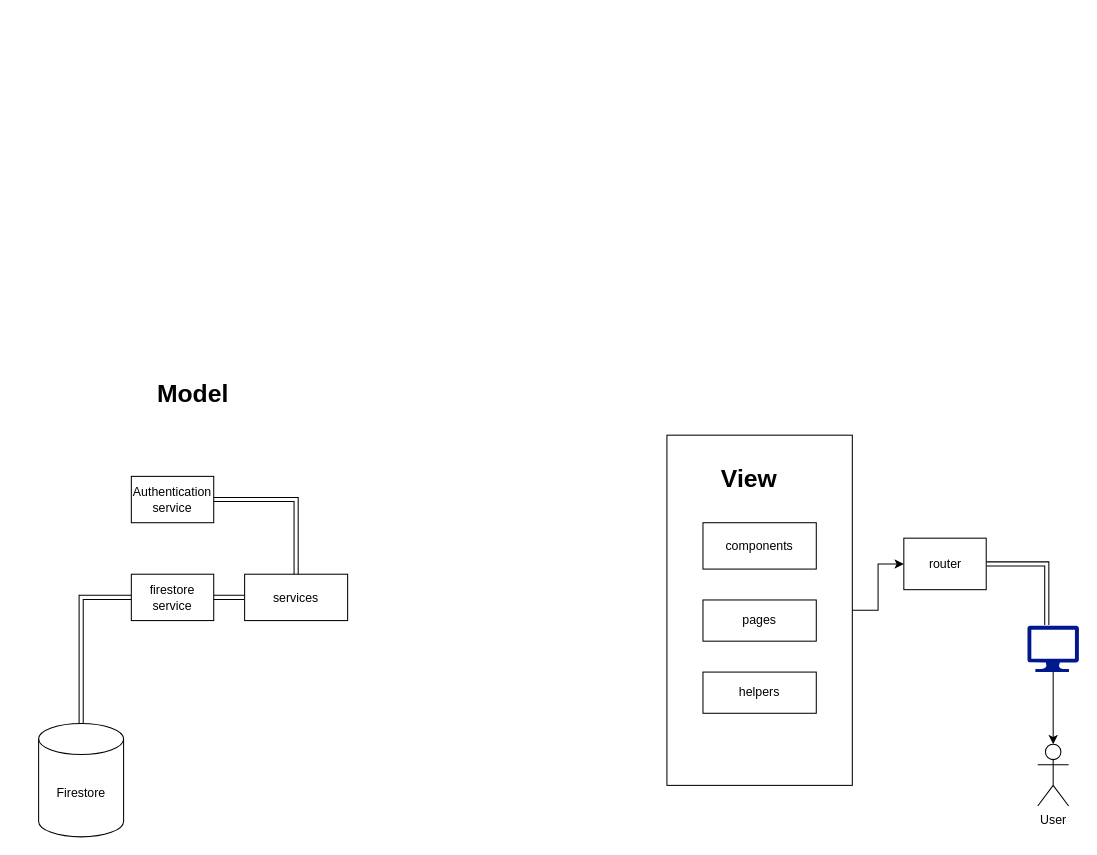
The draw.io diagram docs/architecture/Untitled Diagram.drawio in franchetteSymph/see-the-code, before the edit. Source tidied: cells renumbered, new cells numbered last; positions are measured from the earlier drawing's top-left corner, leaving out a move shared by most shapes. Both pictures are drawn from the tidied source at 103%, with x=0, y=0 at pixel (38, 383).
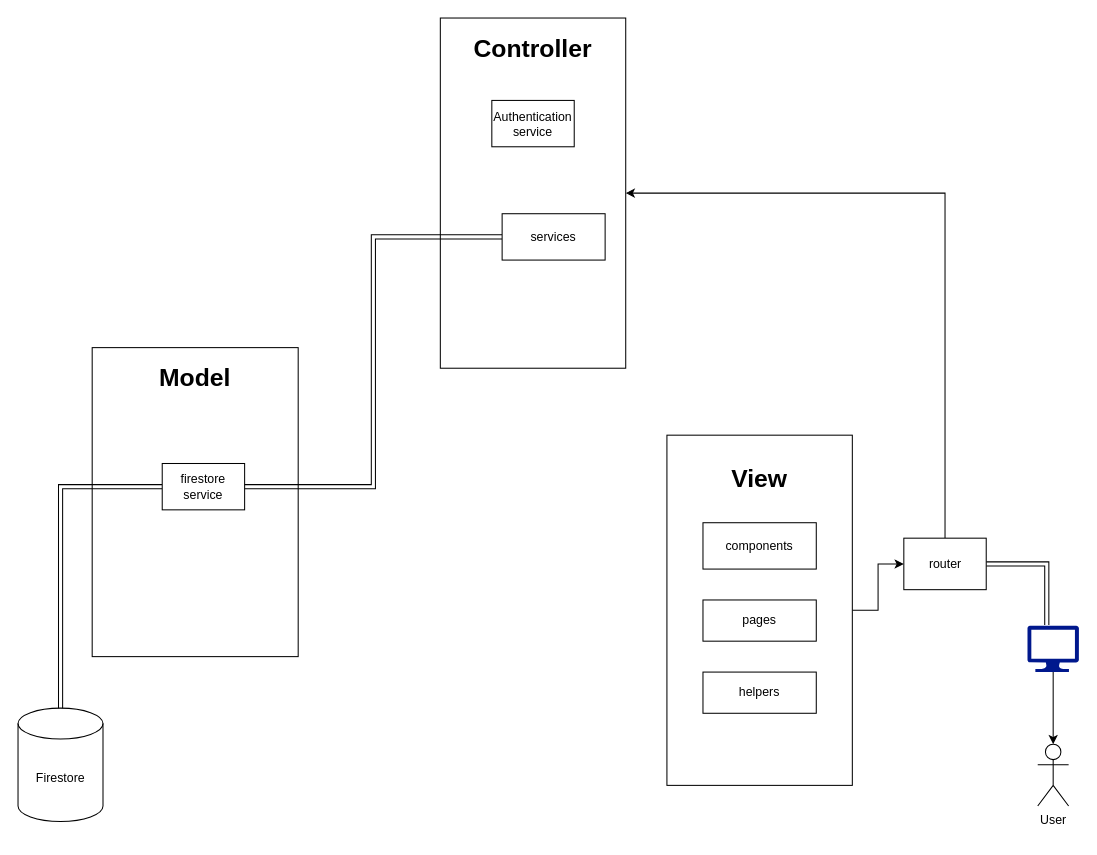
After the change.

Commit message:
Update system architecture

The change refers to these unchanged cells:
```xml
<mxCell id="20" value="router" style="html=1;" parent="1" vertex="1">
  <mxGeometry x="840" y="150" width="80" height="50" as="geometry" />
</mxCell>
```

Change to the diagram source:
```diff
@@
+    <mxCell id="21" style="rounded=0;whiteSpace=wrap;html=1;" parent="1" vertex="1">
+      <mxGeometry x="390" y="-355" width="180" height="340" as="geometry" />
+    </mxCell>
+    <mxCell id="22" style="rounded=0;whiteSpace=wrap;html=1;" parent="1" vertex="1">
+      <mxGeometry x="52" y="-35" width="200" height="300" as="geometry" />
+    </mxCell>
@@
     <mxCell id="4" value="Firestore" style="shape=cylinder3;whiteSpace=wrap;html=1;boundedLbl=1;backgroundOutline=1;size=15;" parent="1" vertex="1">
-      <mxGeometry y="330" width="82.5" height="110" as="geometry" />
+      <mxGeometry x="-20" y="315" width="82.5" height="110" as="geometry" />
     </mxCell>
@@
     <mxCell id="10" value="firestore service" style="rounded=0;whiteSpace=wrap;html=1;" parent="1" vertex="1">
-      <mxGeometry x="90" y="185" width="80" height="45" as="geometry" />
+      <mxGeometry x="120" y="77.5" width="80" height="45" as="geometry" />
     </mxCell>
@@
-    <mxCell id="12" style="edgeStyle=orthogonalEdgeStyle;rounded=0;jettySize=auto;html=1;exitX=0.5;exitY=0;exitDx=0;exitDy=0;entryX=1;entryY=0.5;entryDx=0;entryDy=0;shape=link;" parent="1" edge="1" source="13" target="16">
-      <mxGeometry relative="1" as="geometry" />
-    </mxCell>
     <mxCell id="13" value="services" style="rounded=0;whiteSpace=wrap;html=1;" parent="1" vertex="1">
-      <mxGeometry x="200" y="185" width="100" height="45" as="geometry" />
+      <mxGeometry x="450" y="-165" width="100" height="45" as="geometry" />
     </mxCell>
@@
     <mxCell id="16" value="Authentication&lt;br&gt;service" style="rounded=0;whiteSpace=wrap;html=1;" parent="1" vertex="1">
-      <mxGeometry x="90" y="90" width="80" height="45" as="geometry" />
+      <mxGeometry x="440" y="-275" width="80" height="45" as="geometry" />
     </mxCell>
     <mxCell id="17" value="&lt;h1&gt;Model&lt;/h1&gt;" style="text;html=1;strokeColor=none;fillColor=none;align=center;verticalAlign=middle;whiteSpace=wrap;rounded=0;" parent="1" vertex="1">
-      <mxGeometry x="130" width="40" height="20" as="geometry" />
+      <mxGeometry x="132" y="-15" width="40" height="20" as="geometry" />
     </mxCell>
     <mxCell id="18" value="&lt;h1&gt;View&lt;/h1&gt;&lt;div&gt;&lt;br&gt;&lt;/div&gt;" style="text;html=1;strokeColor=none;fillColor=none;align=center;verticalAlign=middle;whiteSpace=wrap;rounded=0;" parent="1" vertex="1">
-      <mxGeometry x="670" y="90" width="40" height="20" as="geometry" />
+      <mxGeometry x="680" y="90" width="40" height="20" as="geometry" />
     </mxCell>
@@
+    <mxCell id="23" style="edgeStyle=orthogonalEdgeStyle;rounded=0;jettySize=auto;html=1;exitX=0.5;exitY=0;exitDx=0;exitDy=0;entryX=1;entryY=0.5;entryDx=0;entryDy=0;" parent="1" edge="1" source="20" target="21">
+      <mxGeometry relative="1" as="geometry" />
+    </mxCell>
@@
+    <mxCell id="24" value="&lt;h1&gt;Controller&lt;/h1&gt;" style="text;html=1;strokeColor=none;fillColor=none;align=center;verticalAlign=middle;whiteSpace=wrap;rounded=0;" parent="1" vertex="1">
+      <mxGeometry x="460" y="-335" width="40" height="20" as="geometry" />
+    </mxCell>
```
